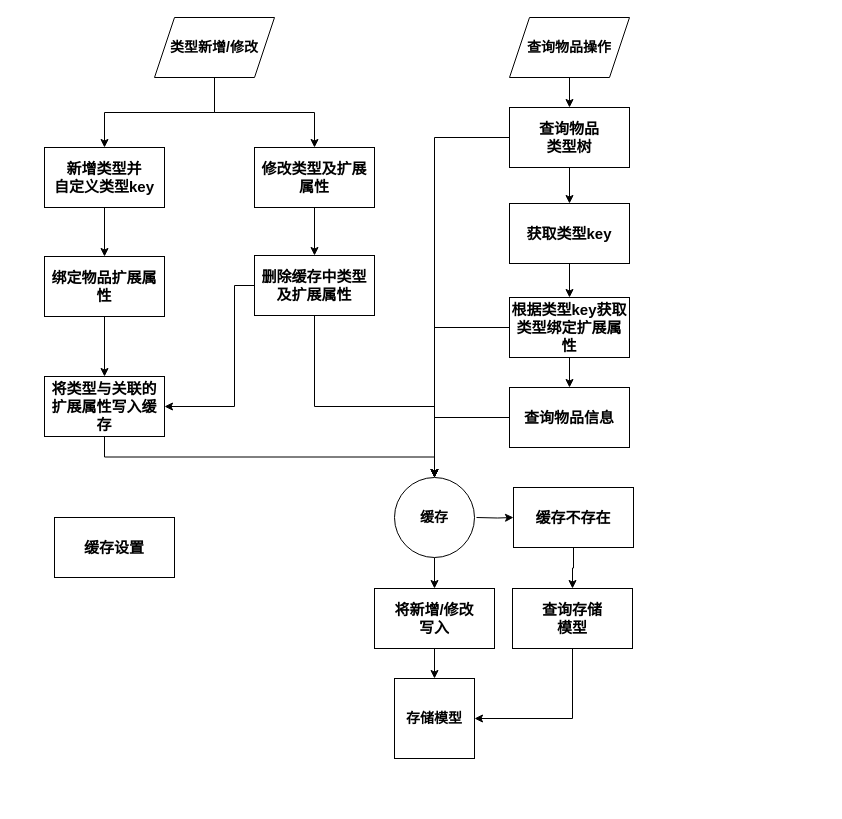
The draw.io diagram 专利-存储模型与缓存交互逻辑.drawio in sjxbg/xmindfile, before the edit. Source tidied: cells renumbered, new cells numbered last; positions are measured from the earlier drawing's top-left corner, leaving out a move shared by most shapes. Both pictures are drawn from the tidied source at 100%, with x=0, y=0 at pixel (44, 17).
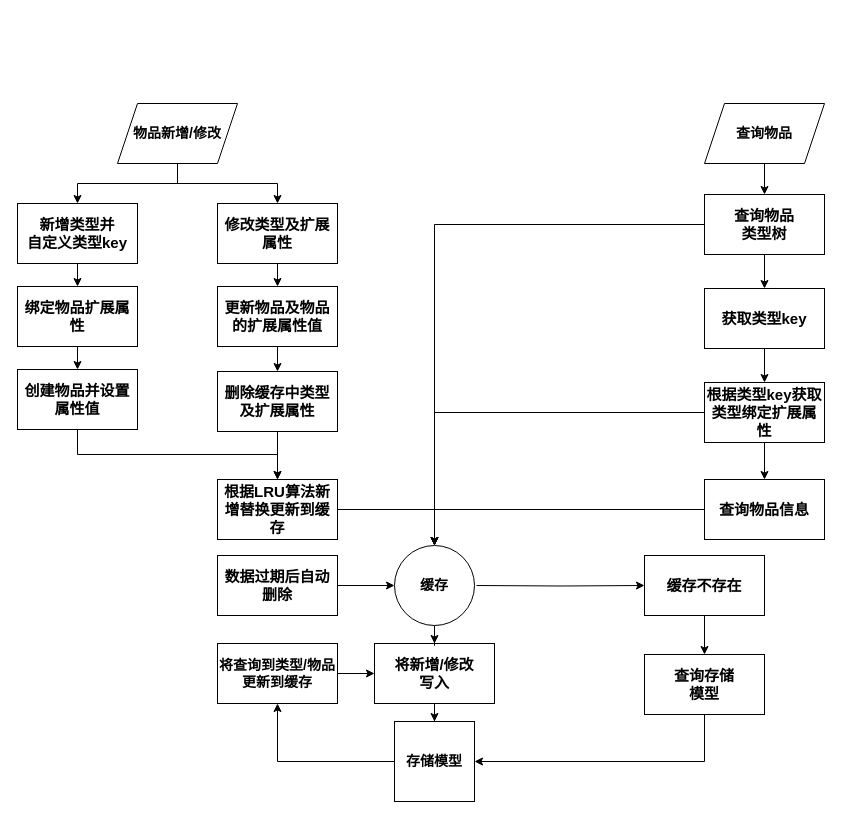
The same page after the edit.

Commit message (it also covers changes not shown here):
更新专利-存储模型与缓存交互逻辑.drawio

The edit, as a diff of the source:
```diff
@@
     <mxCell id="3" value="新增类型并&lt;br style=&quot;font-size: 15px;&quot;&gt;自定义类型key" style="rounded=0;whiteSpace=wrap;html=1;fontStyle=1;fontSize=15;" parent="1" vertex="1">
-      <mxGeometry y="130" width="120" height="60" as="geometry" />
+      <mxGeometry x="-27" y="186" width="120" height="60" as="geometry" />
     </mxCell>
@@
     <mxCell id="5" value="绑定物品扩展属性" style="rounded=0;whiteSpace=wrap;html=1;fontStyle=1;fontSize=15;" parent="1" vertex="1">
-      <mxGeometry y="239" width="120" height="60" as="geometry" />
+      <mxGeometry x="-27" y="269" width="120" height="60" as="geometry" />
     </mxCell>
-    <mxCell id="6" style="edgeStyle=orthogonalEdgeStyle;rounded=0;jettySize=auto;html=1;exitX=0.5;exitY=1;exitDx=0;exitDy=0;entryX=0.5;entryY=0;entryDx=0;entryDy=0;" parent="1" edge="1" source="7" target="16">
+    <mxCell id="6" style="edgeStyle=orthogonalEdgeStyle;rounded=0;jettySize=auto;html=1;exitX=0.5;exitY=1;exitDx=0;exitDy=0;" parent="1" edge="1" source="7" target="46">
       <mxGeometry relative="1" as="geometry" />
     </mxCell>
-    <mxCell id="7" value="&lt;div&gt;将类型与关联的&lt;/div&gt;&lt;div&gt;扩展属性写入缓存&lt;/div&gt;" style="rounded=0;whiteSpace=wrap;html=1;fontStyle=1;fontSize=15;" parent="1" vertex="1">
-      <mxGeometry y="359" width="120" height="60" as="geometry" />
+    <mxCell id="7" value="&lt;div&gt;创建物品并设置属性值&lt;/div&gt;" style="rounded=0;whiteSpace=wrap;html=1;fontStyle=1;fontSize=15;" parent="1" vertex="1">
+      <mxGeometry x="-27" y="352" width="120" height="60" as="geometry" />
     </mxCell>
-    <mxCell id="8" style="edgeStyle=orthogonalEdgeStyle;rounded=0;jettySize=auto;html=1;entryX=0.5;entryY=0;entryDx=0;entryDy=0;" parent="1" edge="1" source="9" target="16">
-      <mxGeometry relative="1" as="geometry">
-        <Array as="points">
-          <mxPoint x="270" y="389" />
-          <mxPoint x="390" y="389" />
-        </Array>
-      </mxGeometry>
-    </mxCell>
+    <mxCell id="39" style="edgeStyle=orthogonalEdgeStyle;rounded=0;jettySize=auto;html=1;" parent="1" edge="1" source="9" target="46">
+      <mxGeometry relative="1" as="geometry" />
+    </mxCell>
     <mxCell id="9" value="&lt;div&gt;删除缓存中类型及扩展属性&lt;/div&gt;" style="rounded=0;whiteSpace=wrap;html=1;fontStyle=1;fontSize=15;" parent="1" vertex="1">
-      <mxGeometry x="210" y="238" width="120" height="60" as="geometry" />
+      <mxGeometry x="173" y="354" width="120" height="60" as="geometry" />
     </mxCell>
-    <mxCell id="10" style="edgeStyle=orthogonalEdgeStyle;rounded=0;jettySize=auto;html=1;" parent="1" edge="1" source="11" target="9">
-      <mxGeometry relative="1" as="geometry" />
-    </mxCell>
+    <mxCell id="40" style="edgeStyle=orthogonalEdgeStyle;rounded=0;jettySize=auto;html=1;" parent="1" edge="1" source="11" target="48">
+      <mxGeometry relative="1" as="geometry" />
+    </mxCell>
     <mxCell id="11" value="修改类型及扩展属性" style="rounded=0;whiteSpace=wrap;html=1;fontStyle=1;fontSize=15;" parent="1" vertex="1">
-      <mxGeometry x="210" y="130" width="120" height="60" as="geometry" />
+      <mxGeometry x="173" y="186" width="120" height="60" as="geometry" />
     </mxCell>
@@
     <mxCell id="13" value="&lt;div style=&quot;border-color: var(--border-color);&quot;&gt;将新增/修改&lt;/div&gt;&lt;div style=&quot;border-color: var(--border-color);&quot;&gt;写入&lt;/div&gt;" style="rounded=0;whiteSpace=wrap;html=1;fontStyle=1;fontSize=15;" parent="1" vertex="1">
-      <mxGeometry x="330" y="571" width="120" height="60" as="geometry" />
+      <mxGeometry x="330" y="626" width="120" height="60" as="geometry" />
     </mxCell>
@@
     <mxCell id="15" style="edgeStyle=orthogonalEdgeStyle;rounded=0;jettySize=auto;html=1;" parent="1" edge="1" target="35">
       <mxGeometry relative="1" as="geometry">
-        <mxPoint x="432" y="500" as="sourcePoint" />
+        <mxPoint x="432" y="568" as="sourcePoint" />
       </mxGeometry>
     </mxCell>
     <mxCell id="16" value="&lt;b style=&quot;font-size: 14px;&quot;&gt;&lt;font style=&quot;font-size: 14px;&quot;&gt;缓存&lt;/font&gt;&lt;/b&gt;" style="ellipse;whiteSpace=wrap;html=1;fontSize=14;" parent="1" vertex="1">
-      <mxGeometry x="350" y="460" width="80" height="80" as="geometry" />
+      <mxGeometry x="350" y="528" width="80" height="80" as="geometry" />
     </mxCell>
+    <mxCell id="41" style="edgeStyle=orthogonalEdgeStyle;rounded=0;jettySize=auto;html=1;" parent="1" edge="1" source="17" target="44">
+      <mxGeometry relative="1" as="geometry" />
+    </mxCell>
     <mxCell id="17" value="存储模型" style="whiteSpace=wrap;html=1;fontStyle=1;fontSize=14;" parent="1" vertex="1">
-      <mxGeometry x="350" y="661" width="80" height="80" as="geometry" />
+      <mxGeometry x="350" y="704" width="80" height="80" as="geometry" />
     </mxCell>
-    <mxCell id="18" style="edgeStyle=orthogonalEdgeStyle;rounded=0;jettySize=auto;html=1;entryX=1;entryY=0.5;entryDx=0;entryDy=0;exitX=0;exitY=0.5;exitDx=0;exitDy=0;" parent="1" edge="1" source="9" target="7">
-      <mxGeometry relative="1" as="geometry">
-        <Array as="points">
-          <mxPoint x="190" y="268" />
-          <mxPoint x="190" y="389" />
-        </Array>
-      </mxGeometry>
-    </mxCell>
@@
-    <mxCell id="21" value="&lt;b&gt;&lt;font style=&quot;font-size: 14px;&quot;&gt;类型新增/修改&lt;/font&gt;&lt;/b&gt;" style="shape=parallelogram;perimeter=parallelogramPerimeter;whiteSpace=wrap;html=1;fixedSize=1;" parent="1" vertex="1">
-      <mxGeometry x="110" width="120" height="60" as="geometry" />
+    <mxCell id="21" value="&lt;b&gt;&lt;font style=&quot;font-size: 14px;&quot;&gt;物品新增/修改&lt;/font&gt;&lt;/b&gt;" style="shape=parallelogram;perimeter=parallelogramPerimeter;whiteSpace=wrap;html=1;fixedSize=1;" parent="1" vertex="1">
+      <mxGeometry x="73" y="86" width="120" height="60" as="geometry" />
     </mxCell>
@@
-    <mxCell id="23" value="&lt;span style=&quot;font-size: 14px;&quot;&gt;&lt;b style=&quot;font-size: 14px;&quot;&gt;查询物品操作&lt;/b&gt;&lt;/span&gt;" style="shape=parallelogram;perimeter=parallelogramPerimeter;whiteSpace=wrap;html=1;fixedSize=1;fontSize=14;" parent="1" vertex="1">
-      <mxGeometry x="465" width="120" height="60" as="geometry" />
+    <mxCell id="23" value="&lt;span style=&quot;font-size: 14px;&quot;&gt;&lt;b style=&quot;font-size: 14px;&quot;&gt;查询物品&lt;/b&gt;&lt;/span&gt;" style="shape=parallelogram;perimeter=parallelogramPerimeter;whiteSpace=wrap;html=1;fixedSize=1;fontSize=14;" parent="1" vertex="1">
+      <mxGeometry x="660" y="86" width="120" height="60" as="geometry" />
     </mxCell>
@@
     <mxCell id="26" value="查询物品&lt;br&gt;类型树" style="rounded=0;whiteSpace=wrap;html=1;fontStyle=1;fontSize=15;" parent="1" vertex="1">
-      <mxGeometry x="465" y="90" width="120" height="60" as="geometry" />
+      <mxGeometry x="660" y="177" width="120" height="60" as="geometry" />
     </mxCell>
@@
     <mxCell id="28" value="获取类型key" style="rounded=0;whiteSpace=wrap;html=1;fontStyle=1;fontSize=15;" parent="1" vertex="1">
-      <mxGeometry x="465" y="186" width="120" height="60" as="geometry" />
+      <mxGeometry x="660" y="271" width="120" height="60" as="geometry" />
     </mxCell>
@@
     <mxCell id="31" value="根据类型key获取类型绑定扩展属性" style="rounded=0;whiteSpace=wrap;html=1;fontStyle=1;fontSize=15;" parent="1" vertex="1">
-      <mxGeometry x="465" y="280" width="120" height="60" as="geometry" />
+      <mxGeometry x="660" y="365" width="120" height="60" as="geometry" />
     </mxCell>
-    <mxCell id="32" style="edgeStyle=orthogonalEdgeStyle;rounded=0;jettySize=auto;html=1;entryX=0.5;entryY=0;entryDx=0;entryDy=0;" parent="1" edge="1" source="33" target="16">
+    <mxCell id="32" style="edgeStyle=orthogonalEdgeStyle;rounded=0;jettySize=auto;html=1;exitX=0;exitY=0.5;exitDx=0;exitDy=0;" parent="1" edge="1" source="33" target="16">
       <mxGeometry relative="1" as="geometry">
         <Array as="points">
-          <mxPoint x="390" y="400" />
+          <mxPoint x="660" y="492" />
+          <mxPoint x="390" y="492" />
         </Array>
       </mxGeometry>
     </mxCell>
     <mxCell id="33" value="查询物品信息" style="rounded=0;whiteSpace=wrap;html=1;fontStyle=1;fontSize=15;" parent="1" vertex="1">
-      <mxGeometry x="465" y="370" width="120" height="60" as="geometry" />
+      <mxGeometry x="660" y="462" width="120" height="60" as="geometry" />
     </mxCell>
@@
     <mxCell id="35" value="缓存不存在" style="rounded=0;whiteSpace=wrap;html=1;fontStyle=1;fontSize=15;" parent="1" vertex="1">
-      <mxGeometry x="469" y="470" width="120" height="60" as="geometry" />
+      <mxGeometry x="600" y="538" width="120" height="60" as="geometry" />
     </mxCell>
@@
     <mxCell id="37" value="&lt;div style=&quot;border-color: var(--border-color);&quot;&gt;查询存储&lt;/div&gt;&lt;div style=&quot;border-color: var(--border-color);&quot;&gt;模型&lt;/div&gt;" style="rounded=0;whiteSpace=wrap;html=1;fontStyle=1;fontSize=15;" parent="1" vertex="1">
-      <mxGeometry x="468" y="571" width="120" height="60" as="geometry" />
+      <mxGeometry x="600" y="637" width="120" height="60" as="geometry" />
     </mxCell>
+    <mxCell id="42" style="edgeStyle=orthogonalEdgeStyle;rounded=0;jettySize=auto;html=1;" parent="1" edge="1" source="38" target="16">
+      <mxGeometry relative="1" as="geometry" />
+    </mxCell>
-    <mxCell id="38" value="缓存设置" style="rounded=0;whiteSpace=wrap;html=1;fontStyle=1;fontSize=15;" parent="1" vertex="1">
-      <mxGeometry x="10" y="500" width="120" height="60" as="geometry" />
+    <mxCell id="38" value="数据过期后自动删除" style="rounded=0;whiteSpace=wrap;html=1;fontStyle=1;fontSize=15;" parent="1" vertex="1">
+      <mxGeometry x="173" y="538" width="120" height="60" as="geometry" />
     </mxCell>
+    <mxCell id="43" style="edgeStyle=orthogonalEdgeStyle;rounded=0;jettySize=auto;html=1;" parent="1" edge="1" source="44" target="13">
+      <mxGeometry relative="1" as="geometry" />
+    </mxCell>
+    <mxCell id="44" value="将查询到类型/物品更新到缓存" style="whiteSpace=wrap;html=1;fontSize=14;fontStyle=1;" parent="1" vertex="1">
+      <mxGeometry x="173" y="626" width="120" height="60" as="geometry" />
+    </mxCell>
+    <mxCell id="45" style="edgeStyle=orthogonalEdgeStyle;rounded=0;jettySize=auto;html=1;entryX=0.5;entryY=0;entryDx=0;entryDy=0;" parent="1" edge="1" source="46" target="16">
+      <mxGeometry relative="1" as="geometry" />
+    </mxCell>
+    <mxCell id="46" value="&lt;div&gt;根据LRU算法新增替换更新到缓存&lt;/div&gt;" style="rounded=0;whiteSpace=wrap;html=1;fontStyle=1;fontSize=15;" parent="1" vertex="1">
+      <mxGeometry x="173" y="462" width="120" height="60" as="geometry" />
+    </mxCell>
+    <mxCell id="47" style="edgeStyle=orthogonalEdgeStyle;rounded=0;jettySize=auto;html=1;" parent="1" edge="1" source="48" target="9">
+      <mxGeometry relative="1" as="geometry" />
+    </mxCell>
+    <mxCell id="48" value="&lt;div&gt;更新物品及物品的扩展属性值&lt;/div&gt;" style="rounded=0;whiteSpace=wrap;html=1;fontStyle=1;fontSize=15;" parent="1" vertex="1">
+      <mxGeometry x="173" y="269" width="120" height="60" as="geometry" />
+    </mxCell>
+    <mxCell id="49" style="edgeStyle=orthogonalEdgeStyle;rounded=0;orthogonalLoop=1;jettySize=auto;html=1;entryX=0.5;entryY=0;entryDx=0;entryDy=0;" parent="1" edge="1" source="9" target="9">
+      <mxGeometry relative="1" as="geometry">
+        <Array as="points">
+          <mxPoint x="276" y="386" />
+          <mxPoint x="276" y="356" />
+        </Array>
+      </mxGeometry>
+    </mxCell>
```
